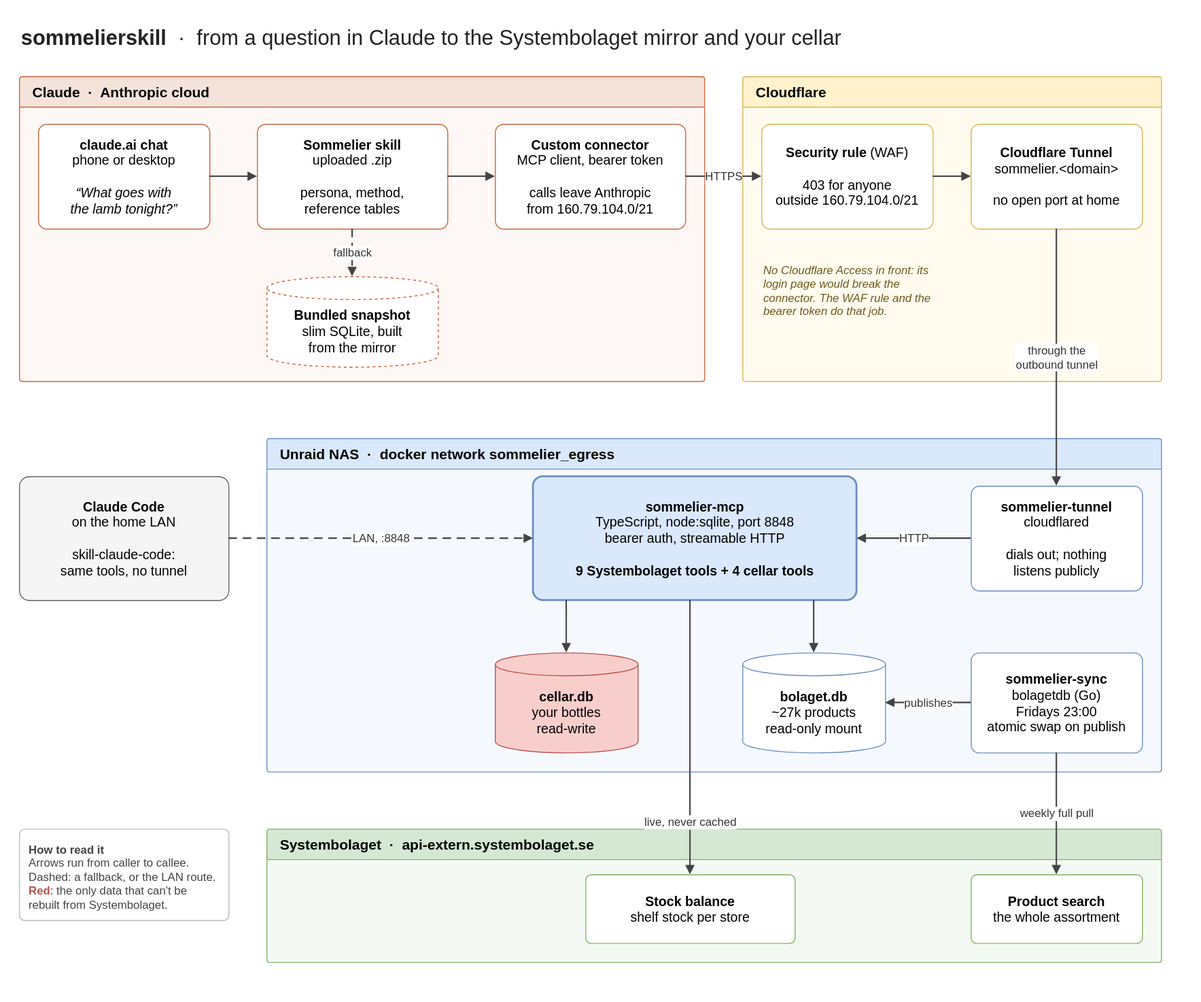
This is docs/architecture.svg from Kekzim/sommelierskill, a draw.io export, as it was before one commit. Source tidied: cells renumbered, new cells last; positions are measured from the earlier drawing's top-left corner, leaving out a move shared by most shapes.
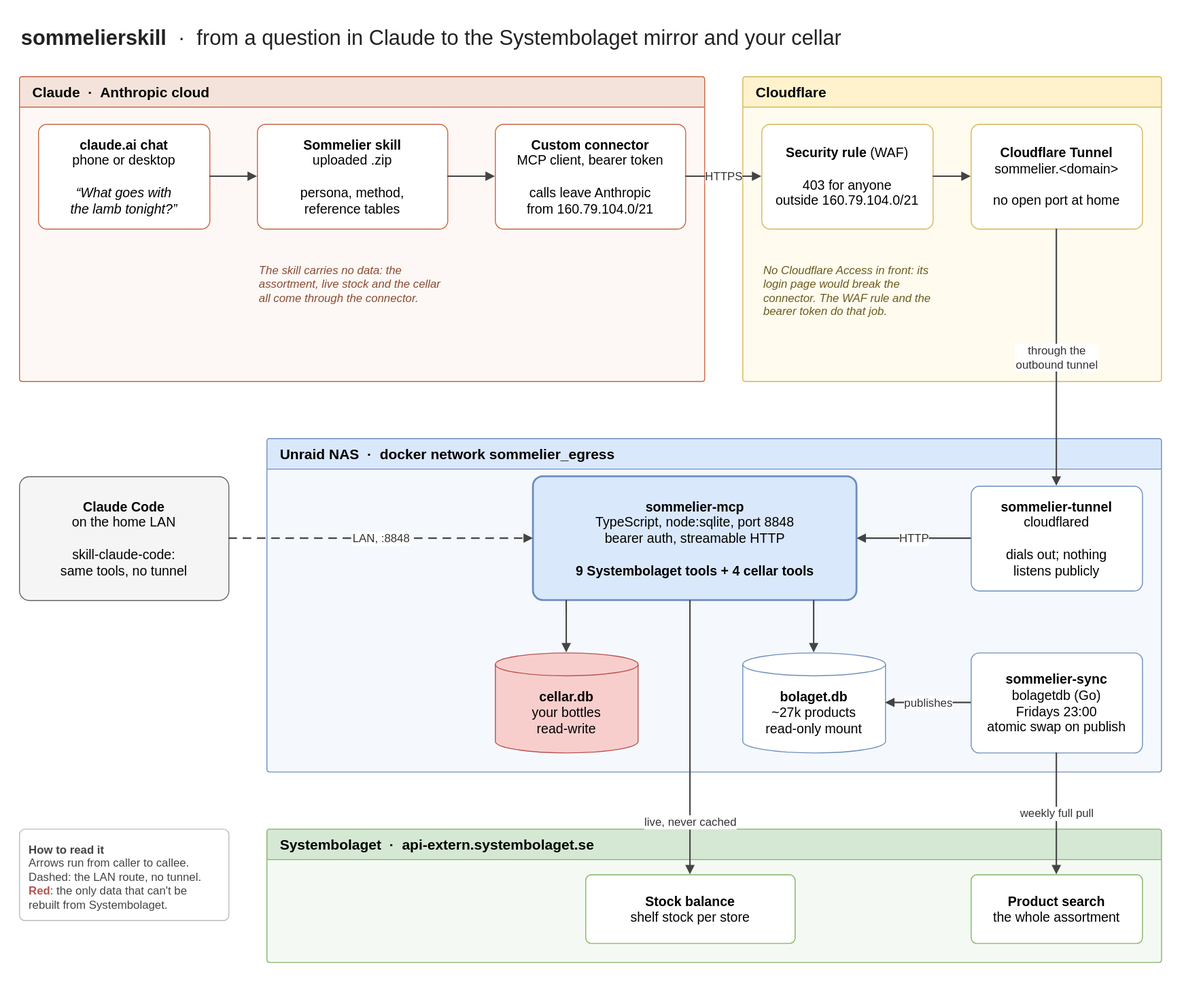
Later version of the same file.

Commit message:
Drop the bundled snapshot: the apps skill is connector-only

The edit, as a diff of the source:
```diff
@@ -17,8 +17,8 @@
     <mxCell id="6" value="&lt;b&gt;Custom connector&lt;/b&gt;&lt;br&gt;MCP client, bearer token&lt;br&gt;&lt;br&gt;calls leave Anthropic&lt;br&gt;from 160.79.104.0/21" style="rounded=1;whiteSpace=wrap;html=1;arcSize=8;fontSize=14;verticalAlign=middle;fillColor=#ffffff;strokeColor=#C96442;" parent="3" vertex="1">
       <mxGeometry x="500" y="50" width="200" height="110" as="geometry" />
     </mxCell>
-    <mxCell id="7" value="&lt;b&gt;Bundled snapshot&lt;/b&gt;&lt;br&gt;slim SQLite, built&lt;br&gt;from the mirror" style="shape=cylinder3;whiteSpace=wrap;html=1;boundedLbl=1;backgroundOutline=1;size=12;fontSize=14;fillColor=#ffffff;strokeColor=#C96442;dashed=1;" parent="3" vertex="1">
-      <mxGeometry x="260" y="210" width="180" height="95" as="geometry" />
+    <mxCell id="7" value="&lt;i&gt;The skill carries no data: the assortment, live stock and the cellar all come through the connector.&lt;/i&gt;" style="text;html=1;whiteSpace=wrap;fontSize=12;align=left;verticalAlign=top;fontColor=#8a4b33;" parent="3" vertex="1">
+      <mxGeometry x="250" y="190" width="200" height="80" as="geometry" />
     </mxCell>
     <mxCell id="8" value="Cloudflare" style="swimlane;whiteSpace=wrap;html=1;startSize=32;rounded=1;arcSize=3;fontSize=15;fontStyle=1;horizontal=1;align=left;spacingLeft=12;fillColor=#fff2cc;strokeColor=#d6b656;swimlaneFillColor=#FFFCEF;" parent="1" vertex="1">
       <mxGeometry x="760" y="60" width="440" height="320" as="geometry" />
@@ -62,7 +62,7 @@
     <mxCell id="21" value="&lt;b&gt;Product search&lt;/b&gt;&lt;br&gt;the whole assortment" style="rounded=1;whiteSpace=wrap;html=1;arcSize=8;fontSize=14;verticalAlign=middle;fillColor=#ffffff;strokeColor=#82b366;" parent="19" vertex="1">
       <mxGeometry x="740" y="48" width="180" height="72" as="geometry" />
     </mxCell>
-    <mxCell id="22" value="&lt;b&gt;How to read it&lt;/b&gt;&lt;br&gt;Arrows run from caller to callee.&lt;br&gt;Dashed: a fallback, or the LAN route.&lt;br&gt;&lt;font color=&quot;#b85450&quot;&gt;&lt;b&gt;Red&lt;/b&gt;&lt;/font&gt;: the only data that can't be rebuilt from Systembolaget." style="text;html=1;whiteSpace=wrap;fontSize=12;align=left;verticalAlign=top;fontColor=#444444;rounded=1;strokeColor=#bbbbbb;fillColor=#ffffff;spacing=10;arcSize=6;" parent="1" vertex="1">
+    <mxCell id="22" value="&lt;b&gt;How to read it&lt;/b&gt;&lt;br&gt;Arrows run from caller to callee.&lt;br&gt;Dashed: the LAN route, no tunnel.&lt;br&gt;&lt;font color=&quot;#b85450&quot;&gt;&lt;b&gt;Red&lt;/b&gt;&lt;/font&gt;: the only data that can't be rebuilt from Systembolaget." style="text;html=1;whiteSpace=wrap;fontSize=12;align=left;verticalAlign=top;fontColor=#444444;rounded=1;strokeColor=#bbbbbb;fillColor=#ffffff;spacing=10;arcSize=6;" parent="1" vertex="1">
       <mxGeometry y="850" width="220" height="96" as="geometry" />
     </mxCell>
     <mxCell id="23" style="edgeStyle=orthogonalEdgeStyle;rounded=1;html=1;endArrow=block;endFill=1;strokeWidth=1.5;strokeColor=#444444;fontSize=12;labelBackgroundColor=#ffffff;fontColor=#333333;" parent="1" edge="1" source="4" target="5">
@@ -71,9 +71,6 @@
     <mxCell id="24" style="edgeStyle=orthogonalEdgeStyle;rounded=1;html=1;endArrow=block;endFill=1;strokeWidth=1.5;strokeColor=#444444;fontSize=12;labelBackgroundColor=#ffffff;fontColor=#333333;" parent="1" edge="1" source="5" target="6">
       <mxGeometry relative="1" as="geometry" />
     </mxCell>
-    <mxCell id="25" value="fallback" style="edgeStyle=orthogonalEdgeStyle;rounded=1;html=1;endArrow=block;endFill=1;strokeWidth=1.5;strokeColor=#444444;fontSize=12;labelBackgroundColor=#ffffff;fontColor=#333333;dashed=1;dashPattern=6 4;exitX=0.5;exitY=1;exitDx=0;exitDy=0;entryX=0.5;entryY=0;entryDx=0;entryDy=0;" parent="1" edge="1" source="5" target="7">
-      <mxGeometry relative="1" as="geometry" />
-    </mxCell>
     <mxCell id="26" value="HTTPS" style="edgeStyle=orthogonalEdgeStyle;rounded=1;html=1;endArrow=block;endFill=1;strokeWidth=1.5;strokeColor=#444444;fontSize=12;labelBackgroundColor=#ffffff;fontColor=#333333;" parent="1" edge="1" source="6" target="9">
       <mxGeometry relative="1" as="geometry" />
     </mxCell>
```
